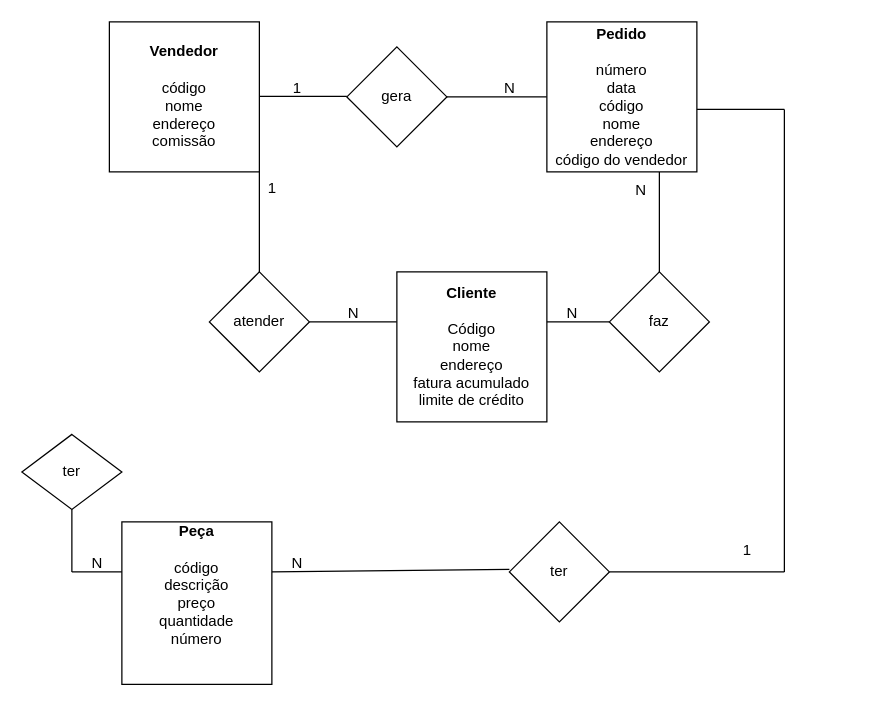
Earlier version of the draw.io diagram Diagrama sem nome.drawio (ericcccc19/eric). Source tidied: cells renumbered, new cells numbered last; positions are measured from the earlier drawing's top-left corner, leaving out a move shared by most shapes. Both pictures are drawn from the tidied source at 125%, with x=0, y=0 at pixel (21, 21).
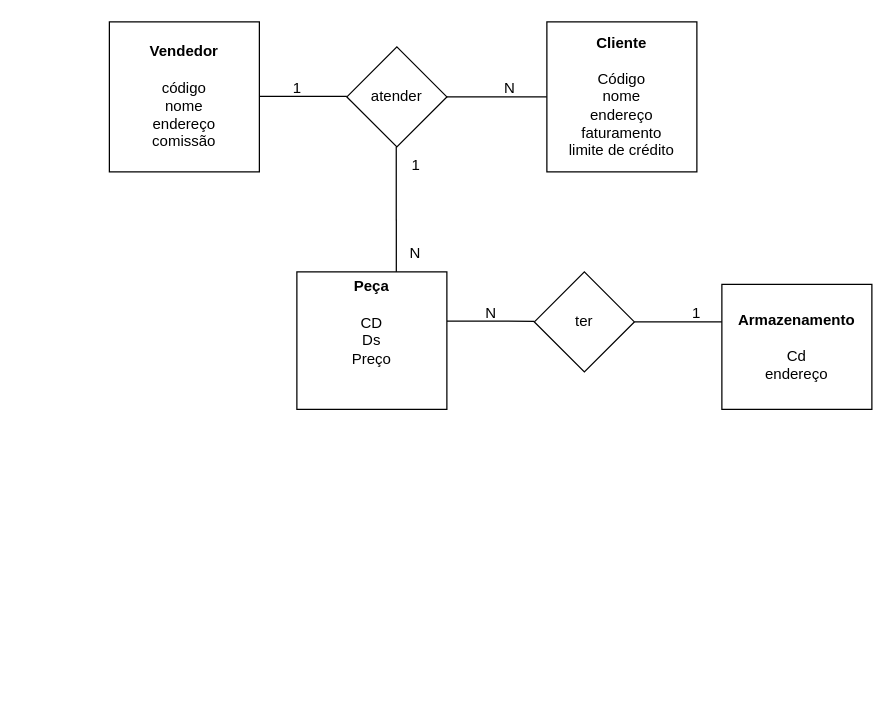
Above is the later version.

The edit, as a diff of the source:
```diff
@@
-    <mxCell id="4" value="gera" style="rhombus;whiteSpace=wrap;html=1;" parent="1" vertex="1">
+    <mxCell id="4" value="atender" style="rhombus;whiteSpace=wrap;html=1;" parent="1" vertex="1">
       <mxGeometry x="260" y="20" width="80" height="80" as="geometry" />
     </mxCell>
@@
-    <mxCell id="7" value="&lt;div&gt;&lt;b&gt;Pedido&lt;/b&gt;&lt;/div&gt;&lt;div&gt;&lt;b&gt;&lt;br&gt;&lt;/b&gt;&lt;/div&gt;&lt;div&gt;número&lt;/div&gt;&lt;div&gt;data&lt;/div&gt;&lt;div&gt;código&lt;/div&gt;&lt;div&gt;nome&lt;/div&gt;&lt;div&gt;endereço&lt;/div&gt;&lt;div&gt;código do vendedor&lt;br&gt;&lt;/div&gt;" style="rounded=0;whiteSpace=wrap;html=1;" parent="1" vertex="1">
-      <mxGeometry x="420" width="120" height="120" as="geometry" />
-    </mxCell>
@@
-    <mxCell id="9" style="endArrow=none;html=1;rounded=0;" parent="1" edge="1">
+    <mxCell id="9" style="endArrow=none;html=1;rounded=0;entryX=0.663;entryY=0.091;entryDx=0;entryDy=0;entryPerimeter=0;" parent="1" edge="1" target="26">
       <mxGeometry relative="1" as="geometry">
-        <mxPoint x="190" y="120" as="sourcePoint" />
-        <mxPoint x="190" y="200" as="targetPoint" />
+        <mxPoint x="299.5" y="100" as="sourcePoint" />
       </mxGeometry>
     </mxCell>
-    <mxCell id="10" value="atender" style="rhombus;whiteSpace=wrap;html=1;" parent="1" vertex="1">
-      <mxGeometry x="150" y="200" width="80" height="80" as="geometry" />
-    </mxCell>
-    <mxCell id="11" style="endArrow=none;html=1;rounded=0;" parent="1" edge="1">
-      <mxGeometry relative="1" as="geometry">
-        <mxPoint x="230" y="240" as="sourcePoint" />
-        <mxPoint x="300" y="240" as="targetPoint" />
-      </mxGeometry>
-    </mxCell>
     <mxCell id="12" value="1" style="text;html=1;align=center;verticalAlign=middle;strokeColor=none;fillColor=none;" parent="1" vertex="1">
-      <mxGeometry x="185" y="118" width="30" height="30" as="geometry" />
+      <mxGeometry x="300" y="100" width="30" height="30" as="geometry" />
     </mxCell>
-    <mxCell id="13" value="N" style="text;html=1;align=center;verticalAlign=middle;strokeColor=none;fillColor=none;" parent="1" vertex="1">
-      <mxGeometry x="250" y="218" width="30" height="30" as="geometry" />
-    </mxCell>
-    <mxCell id="14" value="&lt;div&gt;&lt;b&gt;Cliente&lt;/b&gt;&lt;/div&gt;&lt;div&gt;&lt;b&gt;&lt;br&gt;&lt;/b&gt;&lt;/div&gt;&lt;div&gt;Código&lt;/div&gt;&lt;div&gt;nome&lt;/div&gt;&lt;div&gt;endereço&lt;/div&gt;&lt;div&gt;fatura acumulado&lt;/div&gt;&lt;div&gt;limite de crédito&lt;br&gt;&lt;/div&gt;" style="rounded=0;whiteSpace=wrap;html=1;" parent="1" vertex="1">
-      <mxGeometry x="300" y="200" width="120" height="120" as="geometry" />
+    <mxCell id="14" value="&lt;div&gt;&lt;b&gt;Cliente&lt;/b&gt;&lt;/div&gt;&lt;div&gt;&lt;b&gt;&lt;br&gt;&lt;/b&gt;&lt;/div&gt;&lt;div&gt;Código&lt;/div&gt;&lt;div&gt;nome&lt;/div&gt;&lt;div&gt;endereço&lt;/div&gt;&lt;div&gt;faturamento&lt;br&gt;&lt;/div&gt;&lt;div&gt;limite de crédito&lt;br&gt;&lt;/div&gt;" style="rounded=0;whiteSpace=wrap;html=1;" parent="1" vertex="1">
+      <mxGeometry x="420" width="120" height="120" as="geometry" />
     </mxCell>
-    <mxCell id="15" style="endArrow=none;html=1;rounded=0;" parent="1" edge="1">
+    <mxCell id="15" style="endArrow=none;html=1;rounded=0;exitX=1;exitY=0.359;exitDx=0;exitDy=0;exitPerimeter=0;" parent="1" edge="1" source="26">
       <mxGeometry relative="1" as="geometry">
-        <mxPoint x="420" y="240" as="sourcePoint" />
-        <mxPoint x="470" y="240" as="targetPoint" />
+        <mxPoint x="410" y="239.5" as="targetPoint" />
       </mxGeometry>
     </mxCell>
-    <mxCell id="16" value="faz" style="rhombus;whiteSpace=wrap;html=1;" parent="1" vertex="1">
-      <mxGeometry x="470" y="200" width="80" height="80" as="geometry" />
-    </mxCell>
-    <mxCell id="17" style="endArrow=none;html=1;rounded=0;entryX=0.75;entryY=1;entryDx=0;entryDy=0;" parent="1" edge="1" target="7">
-      <mxGeometry relative="1" as="geometry">
-        <mxPoint x="510" y="200" as="sourcePoint" />
-        <Array as="points">
-          <mxPoint x="510" y="190" />
-        </Array>
-      </mxGeometry>
-    </mxCell>
     <mxCell id="18" value="N" style="text;html=1;align=center;verticalAlign=middle;strokeColor=none;fillColor=none;" parent="1" vertex="1">
-      <mxGeometry x="425" y="218" width="30" height="30" as="geometry" />
+      <mxGeometry x="360" y="218" width="30" height="30" as="geometry" />
     </mxCell>
-    <mxCell id="19" value="N" style="text;html=1;align=center;verticalAlign=middle;strokeColor=none;fillColor=none;" parent="1" vertex="1">
-      <mxGeometry x="480" y="120" width="30" height="30" as="geometry" />
-    </mxCell>
-    <mxCell id="20" style="endArrow=none;html=1;rounded=0;" parent="1" edge="1">
-      <mxGeometry relative="1" as="geometry">
-        <mxPoint x="540" y="70" as="sourcePoint" />
-        <mxPoint x="610" y="70" as="targetPoint" />
-      </mxGeometry>
-    </mxCell>
-    <mxCell id="21" style="endArrow=none;html=1;rounded=0;" parent="1" edge="1">
-      <mxGeometry relative="1" as="geometry">
-        <mxPoint x="610" y="440" as="sourcePoint" />
-        <mxPoint x="610" y="70" as="targetPoint" />
-      </mxGeometry>
-    </mxCell>
-    <mxCell id="22" style="endArrow=none;html=1;rounded=0;" parent="1" edge="1">
-      <mxGeometry relative="1" as="geometry">
-        <mxPoint x="470" y="440" as="sourcePoint" />
-        <mxPoint x="610" y="440" as="targetPoint" />
-      </mxGeometry>
-    </mxCell>
     <mxCell id="23" value="ter" style="rhombus;whiteSpace=wrap;html=1;" parent="1" vertex="1">
-      <mxGeometry x="390" y="400" width="80" height="80" as="geometry" />
+      <mxGeometry x="410" y="200" width="80" height="80" as="geometry" />
     </mxCell>
+    <mxCell id="26" value="&lt;div&gt;&lt;b&gt;Peça&lt;/b&gt;&lt;/div&gt;&lt;div&gt;&lt;b&gt;&lt;br&gt;&lt;/b&gt;&lt;/div&gt;&lt;div&gt;CD&lt;/div&gt;&lt;div&gt;Ds&lt;/div&gt;&lt;div&gt;Preço&lt;br&gt;&lt;/div&gt;&lt;div&gt;&lt;b&gt;&lt;br&gt;&lt;/b&gt;&lt;/div&gt;&lt;div&gt;&lt;b&gt;&lt;br&gt;&lt;/b&gt;&lt;/div&gt;" style="rounded=0;whiteSpace=wrap;html=1;" parent="1" vertex="1">
+      <mxGeometry x="220" y="200" width="120" height="110" as="geometry" />
+    </mxCell>
+    <mxCell id="32" value="&lt;div&gt;&lt;b&gt;Armazenamento&lt;/b&gt;&lt;/div&gt;&lt;div&gt;&lt;b&gt;&lt;br&gt;&lt;/b&gt;&lt;/div&gt;&lt;div&gt;Cd&lt;/div&gt;&lt;div&gt;endereço&lt;br&gt;&lt;/div&gt;" style="rounded=0;whiteSpace=wrap;html=1;" parent="1" vertex="1">
+      <mxGeometry x="560" y="210" width="120" height="100" as="geometry" />
+    </mxCell>
+    <mxCell id="33" style="endArrow=none;html=1;rounded=0;" parent="1" edge="1">
+      <mxGeometry relative="1" as="geometry">
+        <mxPoint x="490" y="240" as="sourcePoint" />
+        <mxPoint x="560" y="240" as="targetPoint" />
+      </mxGeometry>
+    </mxCell>
-    <mxCell id="24" value="1" style="text;html=1;align=center;verticalAlign=middle;strokeColor=none;fillColor=none;" parent="1" vertex="1">
-      <mxGeometry x="565" y="408" width="30" height="30" as="geometry" />
+    <mxCell id="24" value="1" style="text;html=1;strokeColor=none;fillColor=none;align=center;verticalAlign=middle;whiteSpace=wrap;rounded=0;" parent="1" vertex="1">
+      <mxGeometry x="510" y="218" width="60" height="30" as="geometry" />
     </mxCell>
-    <mxCell id="25" style="endArrow=none;html=1;rounded=0;" parent="1" edge="1">
-      <mxGeometry relative="1" as="geometry">
-        <mxPoint x="200" y="440" as="sourcePoint" />
-        <mxPoint x="390" y="438" as="targetPoint" />
-      </mxGeometry>
-    </mxCell>
-    <mxCell id="26" value="&lt;div&gt;&lt;b&gt;Peça&lt;/b&gt;&lt;/div&gt;&lt;div&gt;&lt;b&gt;&lt;br&gt;&lt;/b&gt;&lt;/div&gt;&lt;div&gt;código&lt;/div&gt;&lt;div&gt;descrição&lt;/div&gt;&lt;div&gt;preço&lt;/div&gt;&lt;div&gt;quantidade&lt;/div&gt;&lt;div&gt;número&lt;br&gt;&lt;/div&gt;&lt;div&gt;&lt;b&gt;&lt;br&gt;&lt;/b&gt;&lt;/div&gt;&lt;div&gt;&lt;b&gt;&lt;br&gt;&lt;/b&gt;&lt;/div&gt;" style="rounded=0;whiteSpace=wrap;html=1;" parent="1" vertex="1">
-      <mxGeometry x="80" y="400" width="120" height="130" as="geometry" />
-    </mxCell>
-    <mxCell id="27" value="N" style="text;html=1;align=center;verticalAlign=middle;strokeColor=none;fillColor=none;" parent="1" vertex="1">
-      <mxGeometry x="205" y="418" width="30" height="30" as="geometry" />
-    </mxCell>
-    <mxCell id="28" style="endArrow=none;html=1;rounded=0;" parent="1" edge="1">
-      <mxGeometry relative="1" as="geometry">
-        <mxPoint x="40" y="440" as="sourcePoint" />
-        <mxPoint x="80" y="440" as="targetPoint" />
-      </mxGeometry>
-    </mxCell>
-    <mxCell id="29" style="endArrow=none;html=1;rounded=0;" parent="1" edge="1">
-      <mxGeometry relative="1" as="geometry">
-        <mxPoint x="40" y="440" as="sourcePoint" />
-        <mxPoint x="40" y="390" as="targetPoint" />
-      </mxGeometry>
-    </mxCell>
-    <mxCell id="30" value="N" style="text;html=1;align=center;verticalAlign=middle;strokeColor=none;fillColor=none;" parent="1" vertex="1">
-      <mxGeometry x="45" y="418" width="30" height="30" as="geometry" />
-    </mxCell>
-    <mxCell id="31" value="ter" style="rhombus;whiteSpace=wrap;html=1;" parent="1" vertex="1">
-      <mxGeometry y="330" width="80" height="60" as="geometry" />
-    </mxCell>
+    <mxCell id="34" value="N" style="text;html=1;strokeColor=none;fillColor=none;align=center;verticalAlign=middle;whiteSpace=wrap;rounded=0;" parent="1" vertex="1">
+      <mxGeometry x="285" y="170" width="60" height="30" as="geometry" />
+    </mxCell>
```
